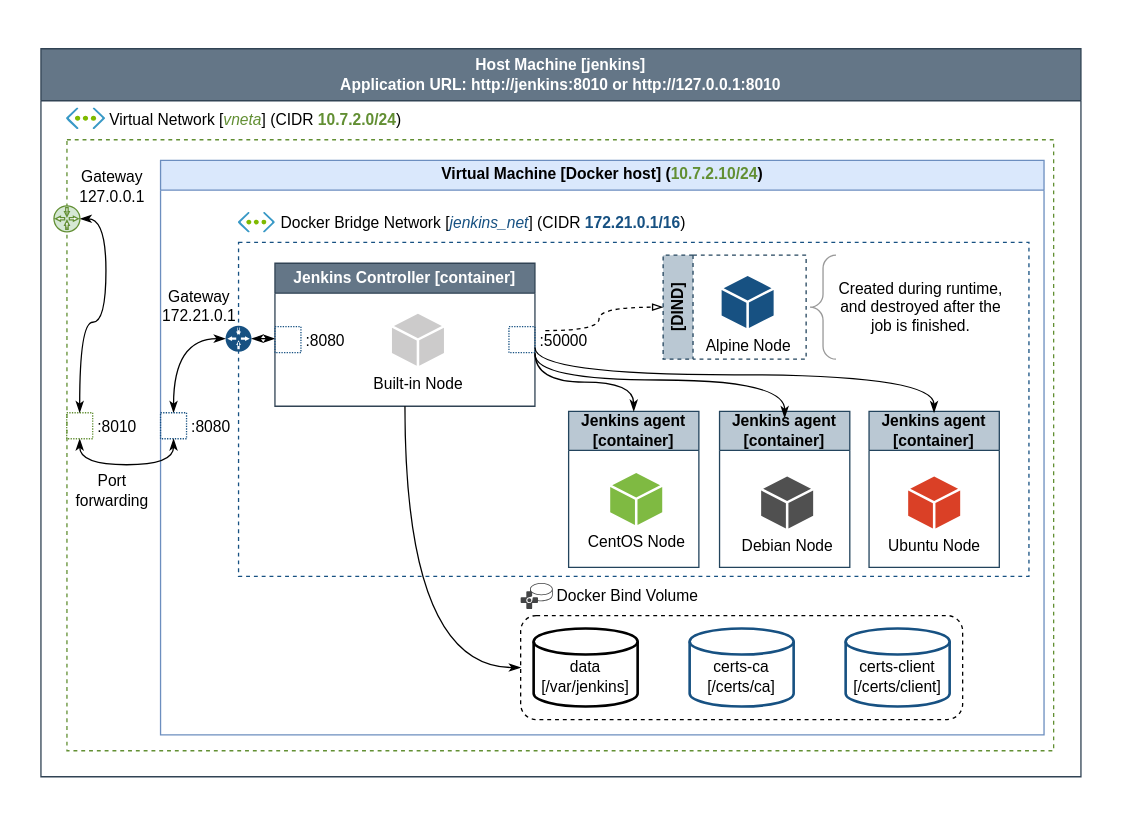
asgdevops/cd-project keeps this draw.io diagram as page "Jenkins architecture" (1 of 2) of diagrams/architecture_diagram.drawio. Above is the earlier version. Source tidied: cells renumbered, new cells numbered last; positions are measured from the earlier drawing's top-left corner, leaving out a move shared by most shapes. Both pictures are drawn from the tidied source at 130%, with x=0, y=0 at pixel (22, 22).
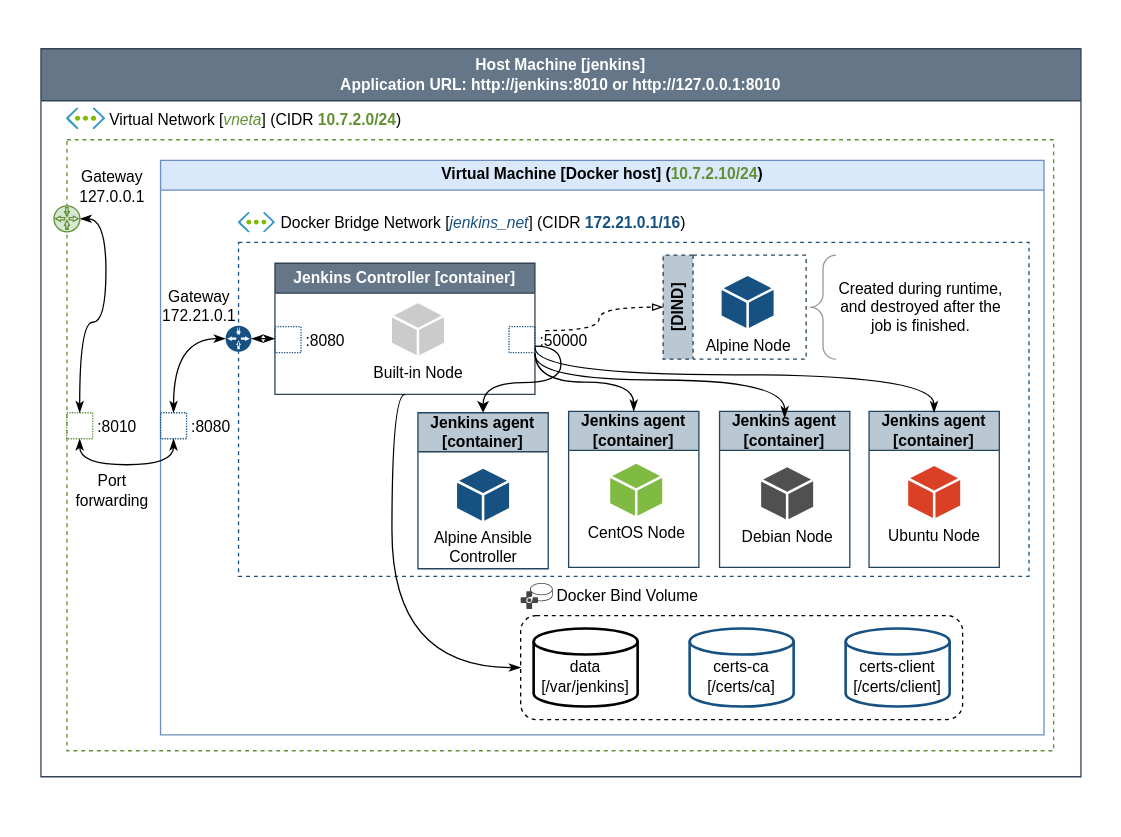
The same page after the edit.

The change refers to these unchanged cells:
```xml
<mxCell id="2" style="group;" parent="1" vertex="1">
  <mxGeometry x="14" y="20" width="814" height="590" as="geometry" />
</mxCell>
<mxCell id="6" value="Virtual Machine [Docker host] (&lt;font color=&quot;#628f33&quot;&gt;10.7.2.10/24&lt;/font&gt;)" style="swimlane;whiteSpace=wrap;html=1;fillColor=#dae8fc;strokeColor=#6c8ebf;" parent="4" vertex="1">
  <mxGeometry x="92" y="85.8" width="679.6" height="442" as="geometry" />
</mxCell>
<mxCell id="14" value=":50000" style="fontStyle=0;labelPosition=right;verticalLabelPosition=middle;align=left;verticalAlign=middle;spacingLeft=2;dashed=1;strokeColor=#175182;fontColor=default;fillColor=none;dashPattern=1 1;" parent="11" vertex="1">
  <mxGeometry x="180" y="48.8" width="20" height="20" as="geometry" />
</mxCell>
<mxCell id="27" value="Jenkins agent [container]" style="swimlane;whiteSpace=wrap;html=1;fillColor=#bac8d3;strokeColor=#23445d;startSize=30;" parent="6" vertex="1">
  <mxGeometry x="313.9" y="193.2" width="100.2" height="120" as="geometry" />
</mxCell>
<mxCell id="30" value="Jenkins agent [container]" style="swimlane;whiteSpace=wrap;html=1;fillColor=#bac8d3;strokeColor=#23445d;startSize=30;" parent="6" vertex="1">
  <mxGeometry x="545" y="193.2" width="100.2" height="120" as="geometry" />
</mxCell>
<mxCell id="32" value="Jenkins agent [container]" style="swimlane;whiteSpace=wrap;html=1;fillColor=#bac8d3;strokeColor=#23445d;startSize=30;" parent="6" vertex="1">
  <mxGeometry x="430" y="193.2" width="100.2" height="120" as="geometry" />
</mxCell>
<mxCell id="52" style="rounded=1;whiteSpace=wrap;html=1;strokeColor=#000000;fontColor=default;fillColor=none;dashed=1;" parent="45" vertex="1">
  <mxGeometry y="30" width="340" height="80" as="geometry" />
</mxCell>
```

What changed in the source:
```diff
@@
     <mxCell id="11" value="Jenkins Controller [container]" style="swimlane;whiteSpace=wrap;html=1;fillColor=#647687;strokeColor=#314354;fontColor=#ffffff;" parent="6" vertex="1">
-      <mxGeometry x="88" y="79.2" width="200" height="110" as="geometry" />
+      <mxGeometry x="88" y="79.2" width="200" height="100.8" as="geometry" />
     </mxCell>
     <mxCell id="12" value="Built-in Node" style="sketch=0;shadow=0;dashed=0;html=1;strokeColor=none;labelPosition=center;verticalLabelPosition=bottom;verticalAlign=top;align=center;shape=mxgraph.office.concepts.node_generic;fillColor=#CCCBCB;" parent="11" vertex="1">
-      <mxGeometry x="90" y="38.8" width="40" height="40" as="geometry" />
+      <mxGeometry x="90" y="30.8" width="40" height="40" as="geometry" />
     </mxCell>
@@
     <mxCell id="28" value="CentOS Node" style="sketch=0;shadow=0;dashed=0;html=1;strokeColor=none;labelPosition=center;verticalLabelPosition=bottom;verticalAlign=top;align=center;shape=mxgraph.office.concepts.node_generic;fillColor=#7FBA42;" parent="27" vertex="1">
-      <mxGeometry x="32" y="47.3" width="40" height="40" as="geometry" />
+      <mxGeometry x="32" y="40.3" width="40" height="40" as="geometry" />
     </mxCell>
@@
     <mxCell id="31" value="Ubuntu Node" style="sketch=0;shadow=0;dashed=0;html=1;strokeColor=none;labelPosition=center;verticalLabelPosition=bottom;verticalAlign=top;align=center;shape=mxgraph.office.concepts.node_generic;fillColor=#DA4026;" parent="30" vertex="1">
-      <mxGeometry x="30.1" y="50" width="40" height="40" as="geometry" />
+      <mxGeometry x="30.1" y="42" width="40" height="40" as="geometry" />
     </mxCell>
@@
     <mxCell id="33" value="Debian Node" style="sketch=0;shadow=0;dashed=0;html=1;strokeColor=none;fillColor=#505050;labelPosition=center;verticalLabelPosition=bottom;verticalAlign=top;align=center;shape=mxgraph.office.concepts.node_generic;" parent="32" vertex="1">
-      <mxGeometry x="32" y="50" width="40" height="40" as="geometry" />
+      <mxGeometry x="32" y="43" width="40" height="40" as="geometry" />
     </mxCell>
@@
+    <mxCell id="54" value="Jenkins agent [container]" style="swimlane;whiteSpace=wrap;html=1;fillColor=#bac8d3;strokeColor=#23445d;startSize=30;" parent="6" vertex="1">
+      <mxGeometry x="198" y="194.2" width="100.2" height="120" as="geometry" />
+    </mxCell>
+    <mxCell id="55" value="Alpine Ansible&lt;br&gt;Controller" style="sketch=0;shadow=0;dashed=0;html=1;strokeColor=none;labelPosition=center;verticalLabelPosition=bottom;verticalAlign=top;align=center;shape=mxgraph.office.concepts.node_generic;fillColor=#175182;" parent="54" vertex="1">
+      <mxGeometry x="30.1" y="43" width="40" height="40" as="geometry" />
+    </mxCell>
+    <mxCell id="56" style="edgeStyle=orthogonalEdgeStyle;rounded=0;jettySize=auto;html=1;exitX=1;exitY=0.75;exitDx=0;exitDy=0;entryX=0.5;entryY=0;entryDx=0;entryDy=0;curved=1;" parent="6" edge="1" source="14" target="54">
+      <mxGeometry relative="1" as="geometry" />
+    </mxCell>
@@
     <mxCell id="53" style="edgeStyle=orthogonalEdgeStyle;curved=1;rounded=0;jettySize=auto;html=1;entryX=0;entryY=0.5;entryDx=0;entryDy=0;fontColor=default;exitX=0.5;exitY=1;exitDx=0;exitDy=0;startArrow=none;startFill=0;endArrow=classicThin;endFill=1;" parent="2" edge="1" source="11" target="52">
-      <mxGeometry relative="1" as="geometry" />
+      <mxGeometry relative="1" as="geometry">
+        <Array as="points">
+          <mxPoint x="270" y="266" />
+          <mxPoint x="270" y="476" />
+        </Array>
+      </mxGeometry>
     </mxCell>
```
